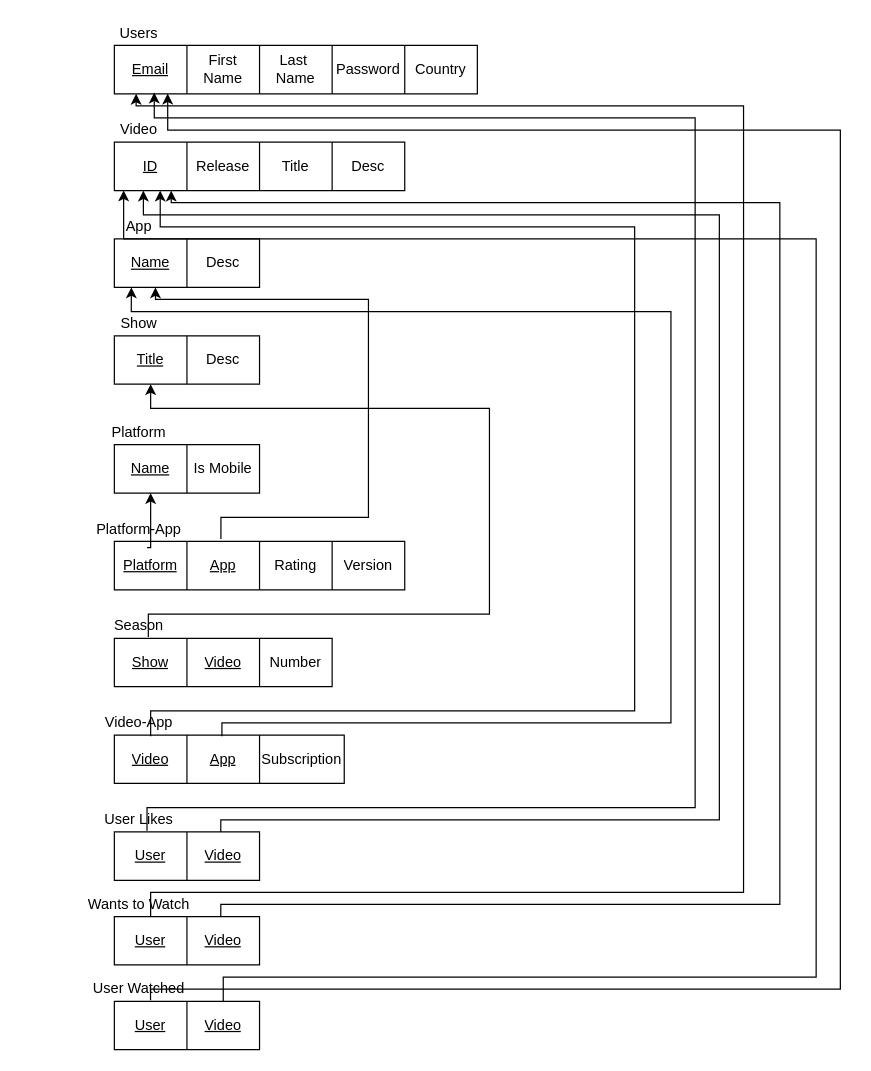
This is Relational.drawio from oloveluck/VideoStreamingApp, a draw.io file, before an edit. Source tidied: cells renumbered, new cells numbered last; positions are measured from the earlier drawing's top-left corner, leaving out a move shared by most shapes. Both pictures are drawn from the tidied source at 121%, with x=0, y=0 at pixel (77, 21).
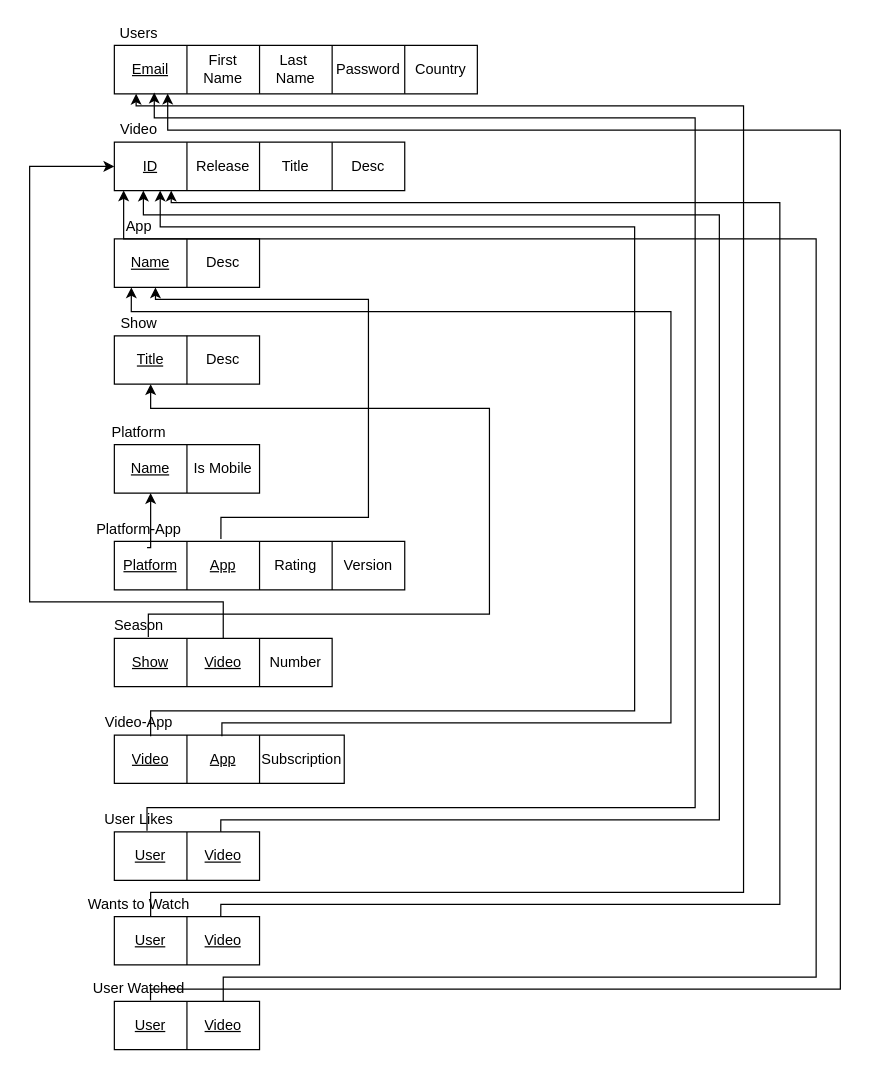
After the change.

Unchanged cells that the change refers to:
```xml
<mxCell id="11" style="shape=partialRectangle;html=1;whiteSpace=wrap;fillColor=none;top=0;left=0;bottom=0;right=0;points=[[0,0.5],[1,0.5]];portConstraint=eastwest;" parent="10" vertex="1">
  <mxGeometry width="240" height="40" as="geometry" />
</mxCell>
```

Diff of the diagram source:
```diff
@@
+    <mxCell id="77" style="endArrow=classic;html=1;edgeStyle=orthogonalEdgeStyle;rounded=0;exitX=0.156;exitY=-0.025;exitDx=0;exitDy=0;exitPerimeter=0;entryX=0;entryY=0.5;entryDx=0;entryDy=0;" parent="1" edge="1" target="11">
+      <mxGeometry relative="1" as="geometry">
+        <mxPoint x="120" y="510" as="sourcePoint" />
+        <Array as="points">
+          <mxPoint x="120" y="480" />
+          <mxPoint x="-40" y="480" />
+          <mxPoint x="-40" y="120" />
+        </Array>
+      </mxGeometry>
+    </mxCell>
```
